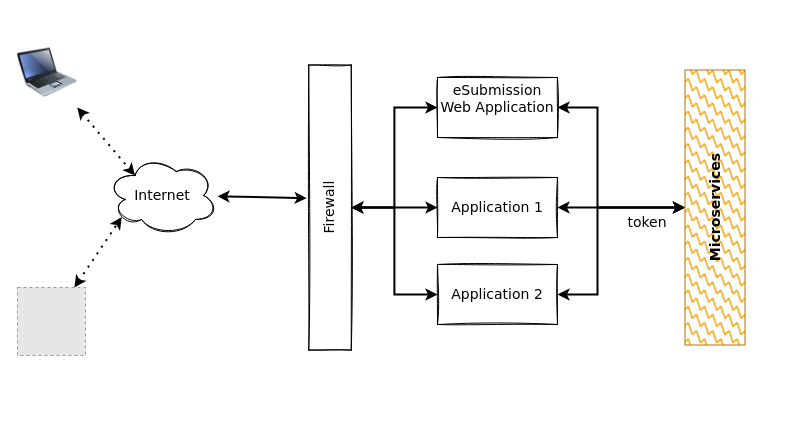
gustianom/datapool keeps this draw.io diagram as page "Security Architecture" (23 of 23) of datapool.drawio. Above is the earlier version. Source tidied: cells renumbered, new cells numbered last; positions are measured from the earlier drawing's top-left corner, leaving out a move shared by most shapes. Both pictures are drawn from the tidied source at 100%, with x=0, y=0 at pixel (17, 37). Pictures stored in the file or linked from it are replaced by grey dashed boxes.
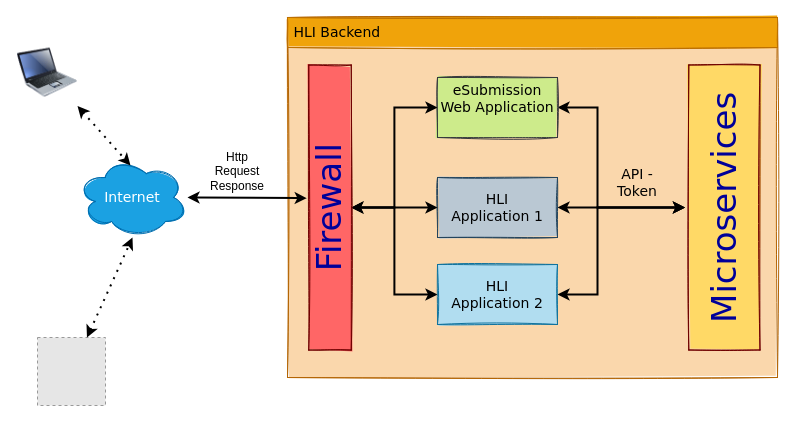
The same diagram, later.

Unchanged cells that the change refers to:
```xml
<mxCell id="2" style="image;html=1;image=img/lib/clip_art/computers/Laptop_128x128.png;rounded=0;shadow=0;glass=0;labelBackgroundColor=none;sketch=1;fillStyle=solid;fontFamily=Verdana;fontSize=14;fontColor=#030303;fillColor=none;align=center;verticalAlign=middle;" parent="1" vertex="1">
  <mxGeometry width="60" height="70" as="geometry" />
</mxCell>
```

Change to the diagram source:
```diff
@@
+    <mxCell id="20" value="&lt;div&gt;&lt;br&gt;&lt;/div&gt;&lt;div&gt;&lt;br&gt;&lt;/div&gt;" style="rounded=0;whiteSpace=wrap;html=1;shadow=0;fontFamily=Verdana;fontSize=14;fillColor=#fad7ac;glass=0;sketch=1;fillStyle=solid;rotation=0;align=left;strokeColor=#b46504;" parent="1" vertex="1">
+      <mxGeometry x="270" y="-20" width="490" height="360" as="geometry" />
+    </mxCell>
+    <mxCell id="21" value="&amp;nbsp;HLI Backend" style="rounded=0;whiteSpace=wrap;html=1;shadow=0;fontFamily=Verdana;fontSize=14;fillColor=#f0a30a;glass=0;sketch=1;fillStyle=solid;rotation=0;align=left;strokeColor=#BD7000;fontColor=#000000;" parent="1" vertex="1">
+      <mxGeometry x="270" y="-20" width="490" height="30" as="geometry" />
+    </mxCell>
@@
     <mxCell id="3" style="fillColor=#E6E6E6;strokeColor=#999999;dashed=1;html=1;verticalAlign=top;verticalLabelPosition=bottom;labelBackgroundColor=#ffffff;fontFamily=Verdana;fontSize=14;fontColor=#030303;" parent="1" vertex="1">
-      <mxGeometry y="250" width="68" height="68" as="geometry" />
+      <mxGeometry x="20" y="300" width="68" height="68" as="geometry" />
     </mxCell>
@@
-    <mxCell id="5" value="Internet" style="ellipse;shape=cloud;whiteSpace=wrap;html=1;rounded=0;shadow=0;glass=0;labelBackgroundColor=none;sketch=1;fillStyle=solid;fontFamily=Verdana;fontSize=14;fontColor=#030303;fillColor=none;align=center;verticalAlign=middle;" parent="1" vertex="1">
-      <mxGeometry x="90" y="118" width="110" height="80" as="geometry" />
+    <mxCell id="5" value="Internet" style="ellipse;shape=cloud;whiteSpace=wrap;html=1;rounded=0;shadow=0;glass=0;labelBackgroundColor=none;sketch=1;fillStyle=solid;fontFamily=Verdana;fontSize=14;fontColor=#ffffff;fillColor=#1ba1e2;align=center;verticalAlign=middle;strokeColor=#006EAF;" parent="1" vertex="1">
+      <mxGeometry x="60" y="120" width="110" height="80" as="geometry" />
     </mxCell>
-    <mxCell id="6" style="endArrow=classic;dashed=1;html=1;dashPattern=1 3;strokeWidth=2;rounded=0;fontFamily=Verdana;fontSize=14;fontColor=#030303;verticalAlign=top;startArrow=classic;startFill=1;endFill=1;entryX=0.25;entryY=0.25;entryDx=0;entryDy=0;entryPerimeter=0;" parent="1" edge="1" source="2" target="5">
+    <mxCell id="6" style="endArrow=classic;dashed=1;html=1;dashPattern=1 3;strokeWidth=2;rounded=0;fontFamily=Verdana;fontSize=14;fontColor=#030303;verticalAlign=top;startArrow=classic;startFill=1;endFill=1;entryX=0.482;entryY=0.1;entryDx=0;entryDy=0;entryPerimeter=0;" parent="1" edge="1" source="2" target="5">
       <mxGeometry relative="1" as="geometry" />
     </mxCell>
-    <mxCell id="7" style="endArrow=classic;dashed=1;html=1;dashPattern=1 3;strokeWidth=2;rounded=0;fontFamily=Verdana;fontSize=14;fontColor=#030303;verticalAlign=top;startArrow=classic;startFill=1;endFill=1;entryX=0.13;entryY=0.77;entryDx=0;entryDy=0;entryPerimeter=0;" parent="1" edge="1" source="3" target="5">
+    <mxCell id="7" style="endArrow=classic;dashed=1;html=1;dashPattern=1 3;strokeWidth=2;rounded=0;fontFamily=Verdana;fontSize=14;fontColor=#030303;verticalAlign=top;startArrow=classic;startFill=1;endFill=1;entryX=0.5;entryY=1;entryDx=0;entryDy=0;entryPerimeter=0;" parent="1" edge="1" source="3" target="5">
       <mxGeometry relative="1" as="geometry" />
     </mxCell>
-    <mxCell id="8" style="edgeStyle=orthogonalEdgeStyle;rounded=0;jettySize=auto;html=1;entryX=0.5;entryY=0;entryDx=0;entryDy=0;fontFamily=Verdana;fontSize=14;fontColor=#030303;startArrow=classic;startFill=1;endArrow=classic;endFill=1;strokeWidth=2;verticalAlign=top;" parent="1" edge="1" source="9" target="14">
+    <mxCell id="8" style="edgeStyle=orthogonalEdgeStyle;rounded=0;jettySize=auto;html=1;entryX=0.5;entryY=0;entryDx=0;entryDy=0;fontFamily=Verdana;fontSize=14;fontColor=#030303;startArrow=classic;startFill=1;endArrow=classic;endFill=1;strokeWidth=2;verticalAlign=top;" parent="1" edge="1" source="9">
       <mxGeometry relative="1" as="geometry">
+        <mxPoint x="667.5" y="170" as="targetPoint" />
         <Array as="points">
           <mxPoint x="580" y="70" />
           <mxPoint x="580" y="170" />
         </Array>
       </mxGeometry>
     </mxCell>
-    <mxCell id="9" value="&lt;div&gt;eSubmission&lt;/div&gt;&lt;div&gt;Web Application&lt;/div&gt;&lt;div&gt;&lt;br&gt;&lt;/div&gt;" style="rounded=0;whiteSpace=wrap;html=1;shadow=0;glass=0;labelBackgroundColor=none;sketch=1;fillStyle=zigzag;fontFamily=Verdana;fontSize=14;fontColor=#030303;fillColor=none;gradientColor=none;align=center;verticalAlign=middle;" parent="1" vertex="1">
+    <mxCell id="9" value="&lt;div&gt;eSubmission&lt;/div&gt;&lt;div&gt;Web Application&lt;/div&gt;&lt;div&gt;&lt;br&gt;&lt;/div&gt;" style="rounded=0;whiteSpace=wrap;html=1;shadow=0;glass=0;labelBackgroundColor=none;sketch=1;fillStyle=solid;fontFamily=Verdana;fontSize=14;fillColor=#cdeb8b;align=center;verticalAlign=middle;strokeColor=#36393d;" parent="1" vertex="1">
       <mxGeometry x="420" y="40" width="120" height="60" as="geometry" />
     </mxCell>
-    <mxCell id="10" style="edgeStyle=orthogonalEdgeStyle;rounded=0;jettySize=auto;html=1;entryX=0.5;entryY=0;entryDx=0;entryDy=0;fontFamily=Verdana;fontSize=14;fontColor=#030303;startArrow=classic;startFill=1;endArrow=classic;endFill=1;strokeWidth=2;verticalAlign=top;" parent="1" edge="1" source="11" target="14">
-      <mxGeometry relative="1" as="geometry" />
+    <mxCell id="10" style="edgeStyle=orthogonalEdgeStyle;rounded=0;jettySize=auto;html=1;entryX=0.5;entryY=0;entryDx=0;entryDy=0;fontFamily=Verdana;fontSize=14;fontColor=#030303;startArrow=classic;startFill=1;endArrow=classic;endFill=1;strokeWidth=2;verticalAlign=top;" parent="1" edge="1" source="11">
+      <mxGeometry relative="1" as="geometry">
+        <mxPoint x="667.5" y="170" as="targetPoint" />
+      </mxGeometry>
     </mxCell>
-    <mxCell id="11" value="Application 1" style="rounded=0;whiteSpace=wrap;html=1;shadow=0;glass=0;labelBackgroundColor=none;sketch=1;fillStyle=zigzag;fontFamily=Verdana;fontSize=14;fontColor=#030303;fillColor=none;gradientColor=none;align=center;verticalAlign=middle;" parent="1" vertex="1">
+    <mxCell id="11" value="&lt;div&gt;HLI &lt;br&gt;&lt;/div&gt;&lt;div&gt;Application 1&lt;/div&gt;" style="rounded=0;whiteSpace=wrap;html=1;shadow=0;glass=0;labelBackgroundColor=none;sketch=1;fillStyle=solid;fontFamily=Verdana;fontSize=14;fillColor=#bac8d3;align=center;verticalAlign=middle;strokeColor=#23445d;" parent="1" vertex="1">
       <mxGeometry x="420" y="140" width="120" height="60" as="geometry" />
     </mxCell>
-    <mxCell id="12" style="edgeStyle=elbowEdgeStyle;rounded=0;jettySize=auto;html=1;entryX=0.5;entryY=0;entryDx=0;entryDy=0;fontFamily=Verdana;fontSize=14;fontColor=#030303;startArrow=classic;startFill=1;endArrow=classic;endFill=1;strokeWidth=2;verticalAlign=top;" parent="1" edge="1" source="13" target="14">
+    <mxCell id="12" style="edgeStyle=elbowEdgeStyle;rounded=0;jettySize=auto;html=1;entryX=0.5;entryY=0;entryDx=0;entryDy=0;fontFamily=Verdana;fontSize=14;fontColor=#030303;startArrow=classic;startFill=1;endArrow=classic;endFill=1;strokeWidth=2;verticalAlign=top;" parent="1" edge="1" source="13">
       <mxGeometry relative="1" as="geometry">
+        <mxPoint x="667.5" y="170" as="targetPoint" />
         <Array as="points">
           <mxPoint x="580" y="210" />
         </Array>
       </mxGeometry>
     </mxCell>
-    <mxCell id="13" value="Application 2" style="rounded=0;whiteSpace=wrap;html=1;shadow=0;glass=0;labelBackgroundColor=none;sketch=1;fillStyle=zigzag;fontFamily=Verdana;fontSize=14;fontColor=#030303;fillColor=none;gradientColor=none;align=center;verticalAlign=middle;" parent="1" vertex="1">
+    <mxCell id="13" value="&lt;div&gt;HLI &lt;br&gt;&lt;/div&gt;&lt;div&gt;Application 2&lt;/div&gt;" style="rounded=0;whiteSpace=wrap;html=1;shadow=0;glass=0;labelBackgroundColor=none;sketch=1;fillStyle=solid;fontFamily=Verdana;fontSize=14;fillColor=#b1ddf0;align=center;verticalAlign=middle;strokeColor=#10739e;" parent="1" vertex="1">
       <mxGeometry x="420" y="227" width="120" height="60" as="geometry" />
     </mxCell>
-    <mxCell id="14" value="Microservices " style="rounded=0;whiteSpace=wrap;html=1;shadow=0;glass=0;labelBackgroundColor=none;sketch=0;fillStyle=zigzag;fontFamily=Verdana;fontSize=14;fontColor=#000000;fillColor=#f0a30a;align=center;verticalAlign=middle;rotation=-90;strokeColor=#BD7000;fontStyle=1;" parent="1" vertex="1">
-      <mxGeometry x="560" y="140" width="275" height="60" as="geometry" />
-    </mxCell>
-    <mxCell id="15" value="token" style="text;html=1;strokeColor=none;fillColor=none;align=center;verticalAlign=middle;whiteSpace=wrap;rounded=0;shadow=0;glass=0;labelBackgroundColor=none;sketch=0;fillStyle=zigzag;fontFamily=Verdana;fontSize=14;fontColor=#030303;" parent="1" vertex="1">
-      <mxGeometry x="610" y="170" width="40" height="30" as="geometry" />
+    <mxCell id="15" value="API -Token" style="text;html=1;strokeColor=none;fillColor=none;align=center;verticalAlign=middle;whiteSpace=wrap;rounded=0;shadow=0;glass=0;labelBackgroundColor=none;sketch=0;fillStyle=zigzag;fontFamily=Verdana;fontSize=14;fontColor=#030303;" parent="1" vertex="1">
+      <mxGeometry x="600" y="130" width="40" height="30" as="geometry" />
     </mxCell>
@@
-    <mxCell id="19" value="Firewall" style="rounded=0;whiteSpace=wrap;html=1;shadow=0;fontFamily=Verdana;fontSize=14;fontColor=#030303;fillColor=none;glass=0;sketch=1;fillStyle=solid;rotation=-90;" parent="1" vertex="1">
+    <mxCell id="19" value="Firewall" style="rounded=0;whiteSpace=wrap;html=1;shadow=0;fontFamily=Verdana;fontSize=34;fillColor=#FF6666;glass=0;sketch=1;fillStyle=solid;rotation=-90;strokeColor=#6F0000;fontColor=#000099;fontStyle=0;" parent="1" vertex="1">
       <mxGeometry x="170" y="148.8" width="285" height="42.5" as="geometry" />
     </mxCell>
+    <mxCell id="22" value="&lt;div&gt;Http Request&lt;/div&gt;&lt;div&gt;Response&lt;br&gt;&lt;/div&gt;" style="text;html=1;strokeColor=none;fillColor=none;align=center;verticalAlign=middle;whiteSpace=wrap;rounded=0;" parent="1" vertex="1">
+      <mxGeometry x="190" y="118.8" width="60" height="30" as="geometry" />
+    </mxCell>
+    <mxCell id="14" value="Microservices" style="rounded=0;whiteSpace=wrap;html=1;shadow=0;fontFamily=Verdana;fontSize=34;fillColor=#FFD966;glass=0;sketch=1;fillStyle=solid;rotation=-90;strokeColor=#6F0000;fontColor=#000099;fontStyle=0;" parent="1" vertex="1">
+      <mxGeometry x="564.4" y="134.4" width="285" height="71.2" as="geometry" />
+    </mxCell>
```
